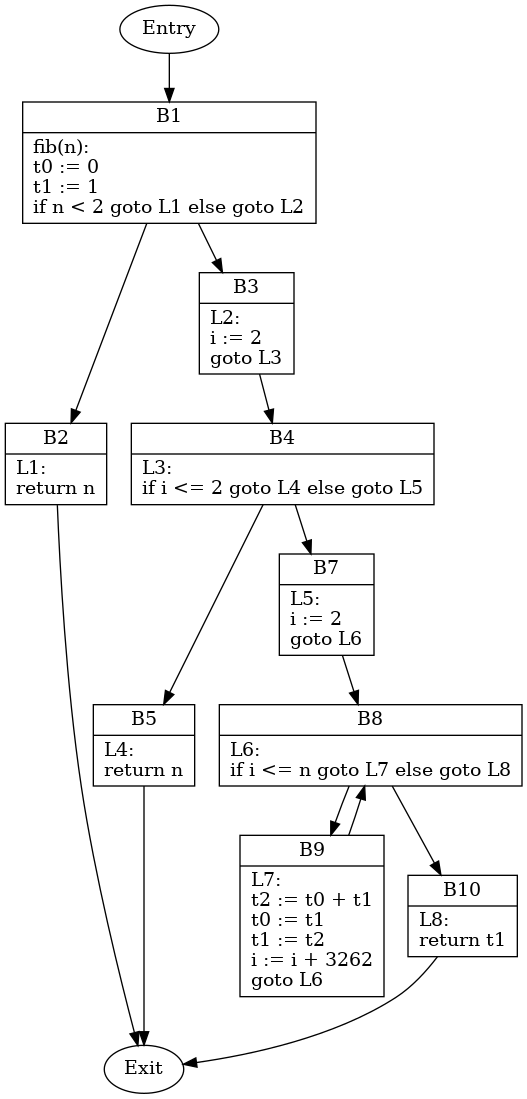
Earlier version of the Graphviz export control_flow/analysis/examples/fib_001_cfg.png (aprell/compiler-potpourri). Its source is kept beside it as control_flow/analysis/examples/fib_001_cfg.dot. Source of this version:
```dot
digraph CFG {
    B1 [shape=record label="{B1|fib(n):\lt0 := 0\lt1 := 1\lif n \< 2 goto L1 else goto L2\l}"];
    B2 [shape=record label="{B2|L1:\lreturn n\l}"];
    B3 [shape=record label="{B3|L2:\li := 2\lgoto L3\l}"];
    B4 [shape=record label="{B4|L3:\lif i \<= 2 goto L4 else goto L5\l}"];
    B5 [shape=record label="{B5|L4:\lreturn n\l}"];
    B7 [shape=record label="{B7|L5:\li := 2\lgoto L6\l}"];
    B8 [shape=record label="{B8|L6:\lif i \<= n goto L7 else goto L8\l}"];
    B9 [shape=record label="{B9|L7:\lt2 := t0 + t1\lt0 := t1\lt1 := t2\li := i + 3262\lgoto L6\l}"];
    B10 [shape=record label="{B10|L8:\lreturn t1\l}"];
    Entry -> B1;
    B1 -> B2;
    B1 -> B3;
    B2 -> Exit;
    B3 -> B4;
    B4 -> B5;
    B4 -> B7;
    B5 -> Exit;
    B7 -> B8;
    B8 -> B9;
    B8 -> B10;
    B9 -> B8;
    B10 -> Exit;
}
```
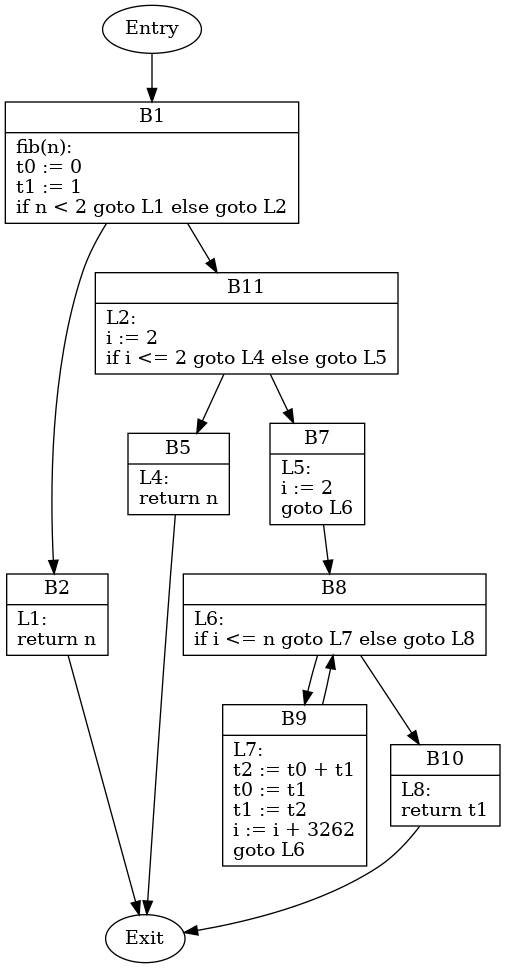
After the commit.

Change to the diagram source:
```diff
@@ -1,24 +1,22 @@
 digraph CFG {
     B1 [shape=record label="{B1|fib(n):\lt0 := 0\lt1 := 1\lif n \< 2 goto L1 else goto L2\l}"];
     B2 [shape=record label="{B2|L1:\lreturn n\l}"];
-    B3 [shape=record label="{B3|L2:\li := 2\lgoto L3\l}"];
-    B4 [shape=record label="{B4|L3:\lif i \<= 2 goto L4 else goto L5\l}"];
     B5 [shape=record label="{B5|L4:\lreturn n\l}"];
     B7 [shape=record label="{B7|L5:\li := 2\lgoto L6\l}"];
     B8 [shape=record label="{B8|L6:\lif i \<= n goto L7 else goto L8\l}"];
     B9 [shape=record label="{B9|L7:\lt2 := t0 + t1\lt0 := t1\lt1 := t2\li := i + 3262\lgoto L6\l}"];
     B10 [shape=record label="{B10|L8:\lreturn t1\l}"];
+    B11 [shape=record label="{B11|L2:\li := 2\lif i \<= 2 goto L4 else goto L5\l}"];
     Entry -> B1;
     B1 -> B2;
-    B1 -> B3;
+    B1 -> B11;
     B2 -> Exit;
-    B3 -> B4;
-    B4 -> B5;
-    B4 -> B7;
     B5 -> Exit;
     B7 -> B8;
     B8 -> B9;
     B8 -> B10;
     B9 -> B8;
     B10 -> Exit;
+    B11 -> B5;
+    B11 -> B7;
 }
```
